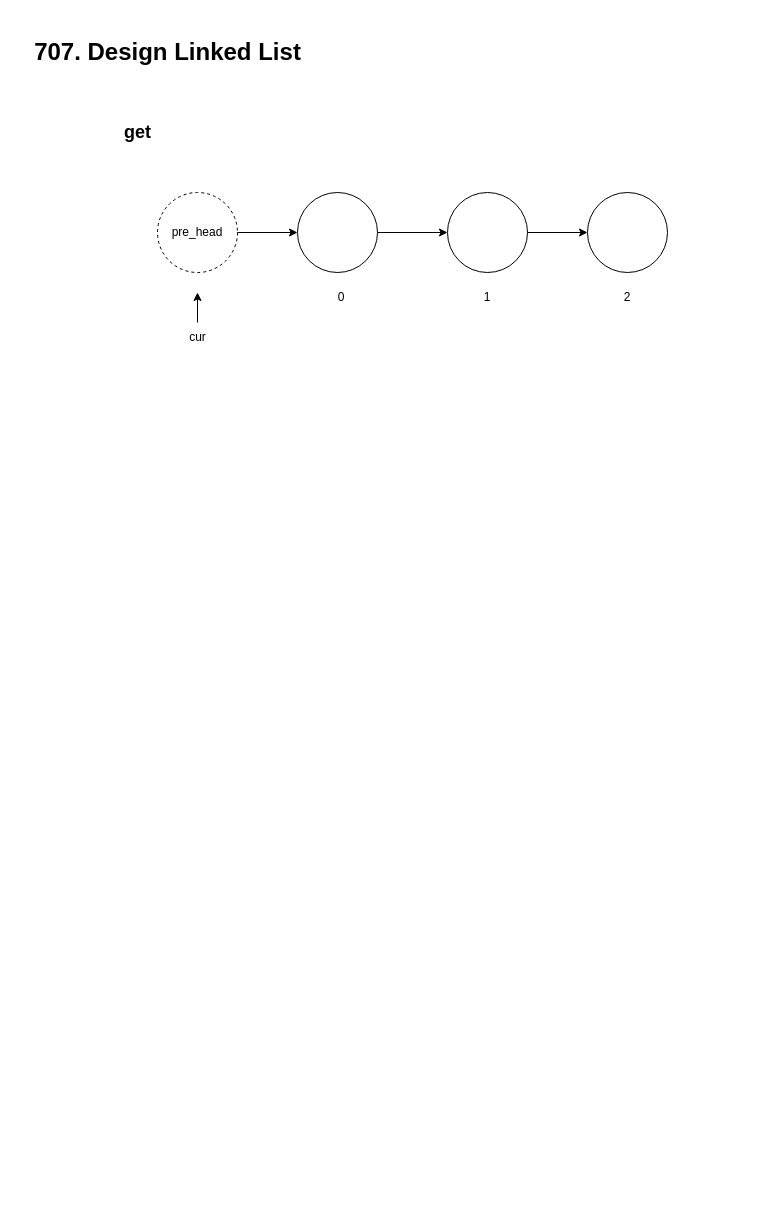
Before: Untitled Diagram.drawio in oLd-Y/drawio-projects, a draw.io diagram. Source tidied: cells renumbered, new cells numbered last; positions are measured from the earlier drawing's top-left corner, leaving out a move shared by most shapes. Both pictures are drawn from the tidied source at 100%, with x=0, y=0 at pixel (22, 17).
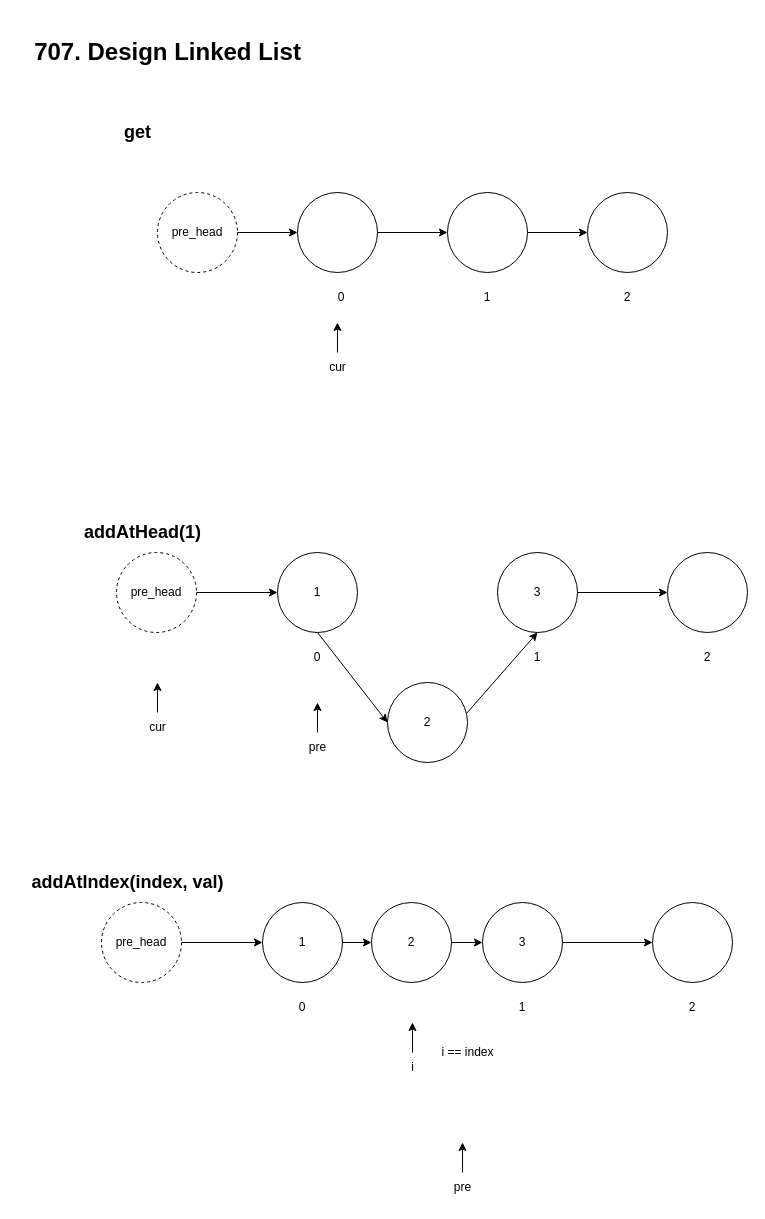
The same diagram, later.

Commit message:
707.Design Linked List 不完整图

Diff of the diagram source:
```diff
@@
     <mxCell id="4" style="group;" parent="1" vertex="1">
-      <mxGeometry x="155" y="275" width="40" height="60" as="geometry" />
+      <mxGeometry x="295" y="305" width="40" height="60" as="geometry" />
     </mxCell>
@@
+    <mxCell id="19" value="&lt;h2&gt;addAtHead(1)&lt;/h2&gt;" style="text;html=1;align=center;verticalAlign=middle;strokeColor=none;fillColor=none;" parent="1" vertex="1">
+      <mxGeometry x="50" y="485" width="140" height="60" as="geometry" />
+    </mxCell>
+    <mxCell id="20" style="group;" parent="1" vertex="1">
+      <mxGeometry x="115" y="665" width="40" height="60" as="geometry" />
+    </mxCell>
+    <mxCell id="21" style="endArrow=classic;html=1;rounded=0;" parent="20" edge="1">
+      <mxGeometry relative="1" as="geometry">
+        <mxPoint x="20" y="30" as="sourcePoint" />
+        <mxPoint x="20" as="targetPoint" />
+      </mxGeometry>
+    </mxCell>
+    <mxCell id="22" value="cur" style="text;html=1;align=center;verticalAlign=middle;strokeColor=none;fillColor=none;" parent="20" vertex="1">
+      <mxGeometry y="30" width="40" height="30" as="geometry" />
+    </mxCell>
+    <mxCell id="23" style="edgeStyle=none;rounded=0;jettySize=auto;html=1;entryX=0;entryY=0.5;entryDx=0;entryDy=0;exitX=0.5;exitY=1;exitDx=0;exitDy=0;" parent="1" edge="1" source="37" target="28">
+      <mxGeometry relative="1" as="geometry" />
+    </mxCell>
+    <mxCell id="24" style="edgeStyle=none;rounded=0;jettySize=auto;html=1;entryX=0;entryY=0.5;entryDx=0;entryDy=0;" parent="1" edge="1" source="25" target="37">
+      <mxGeometry relative="1" as="geometry" />
+    </mxCell>
+    <mxCell id="25" value="pre_head" style="ellipse;whiteSpace=wrap;html=1;dashed=1;" parent="1" vertex="1">
+      <mxGeometry x="94" y="535" width="80" height="80" as="geometry" />
+    </mxCell>
+    <mxCell id="26" style="edgeStyle=none;rounded=0;jettySize=auto;html=1;" parent="1" edge="1" source="32" target="34">
+      <mxGeometry relative="1" as="geometry" />
+    </mxCell>
+    <mxCell id="27" style="edgeStyle=none;rounded=0;jettySize=auto;html=1;entryX=0.5;entryY=1;entryDx=0;entryDy=0;exitX=0.985;exitY=0.39;exitDx=0;exitDy=0;exitPerimeter=0;" parent="1" edge="1" source="28" target="32">
+      <mxGeometry relative="1" as="geometry" />
+    </mxCell>
+    <mxCell id="28" value="2" style="ellipse;whiteSpace=wrap;html=1;" parent="1" vertex="1">
+      <mxGeometry x="365" y="665" width="80" height="80" as="geometry" />
+    </mxCell>
+    <mxCell id="29" style="edgeStyle=none;rounded=0;orthogonalLoop=1;jettySize=auto;html=1;exitX=0;exitY=0;exitDx=0;exitDy=0;" parent="1" edge="1" source="28" target="28">
+      <mxGeometry relative="1" as="geometry" />
+    </mxCell>
+    <mxCell id="30" style="group;" parent="1" vertex="1">
+      <mxGeometry x="475" y="535" width="80" height="120" as="geometry" />
+    </mxCell>
+    <mxCell id="31" value="1" style="text;html=1;strokeColor=none;fillColor=none;align=center;verticalAlign=middle;whiteSpace=wrap;rounded=0;" parent="30" vertex="1">
+      <mxGeometry x="10" y="90" width="60" height="30" as="geometry" />
+    </mxCell>
+    <mxCell id="32" value="3" style="ellipse;whiteSpace=wrap;html=1;" parent="30" vertex="1">
+      <mxGeometry width="80" height="80" as="geometry" />
+    </mxCell>
+    <mxCell id="33" value="2" style="text;html=1;strokeColor=none;fillColor=none;align=center;verticalAlign=middle;whiteSpace=wrap;rounded=0;" parent="1" vertex="1">
+      <mxGeometry x="655" y="625" width="60" height="30" as="geometry" />
+    </mxCell>
+    <mxCell id="34" style="ellipse;whiteSpace=wrap;html=1;" parent="1" vertex="1">
+      <mxGeometry x="645" y="535" width="80" height="80" as="geometry" />
+    </mxCell>
+    <mxCell id="35" style="group;" parent="1" vertex="1">
+      <mxGeometry x="255" y="535" width="80" height="120" as="geometry" />
+    </mxCell>
+    <mxCell id="36" value="0" style="text;html=1;strokeColor=none;fillColor=none;align=center;verticalAlign=middle;whiteSpace=wrap;rounded=0;" parent="35" vertex="1">
+      <mxGeometry x="10" y="90" width="60" height="30" as="geometry" />
+    </mxCell>
+    <mxCell id="37" value="1" style="ellipse;whiteSpace=wrap;html=1;" parent="35" vertex="1">
+      <mxGeometry width="80" height="80" as="geometry" />
+    </mxCell>
+    <mxCell id="38" style="group;" parent="1" vertex="1">
+      <mxGeometry x="275" y="685" width="40" height="60" as="geometry" />
+    </mxCell>
+    <mxCell id="39" style="endArrow=classic;html=1;rounded=0;" parent="38" edge="1">
+      <mxGeometry relative="1" as="geometry">
+        <mxPoint x="20" y="30" as="sourcePoint" />
+        <mxPoint x="20" as="targetPoint" />
+      </mxGeometry>
+    </mxCell>
+    <mxCell id="40" value="pre" style="text;html=1;align=center;verticalAlign=middle;strokeColor=none;fillColor=none;" parent="38" vertex="1">
+      <mxGeometry y="30" width="40" height="30" as="geometry" />
+    </mxCell>
+    <mxCell id="41" value="&lt;h2&gt;addAtIndex(index, val)&lt;/h2&gt;" style="text;html=1;align=center;verticalAlign=middle;strokeColor=none;fillColor=none;" parent="1" vertex="1">
+      <mxGeometry x="-5" y="835" width="220" height="60" as="geometry" />
+    </mxCell>
+    <mxCell id="42" style="group;" parent="1" vertex="1">
+      <mxGeometry x="370" y="1005" width="40" height="60" as="geometry" />
+    </mxCell>
+    <mxCell id="43" style="endArrow=classic;html=1;rounded=0;" parent="42" edge="1">
+      <mxGeometry relative="1" as="geometry">
+        <mxPoint x="20" y="30" as="sourcePoint" />
+        <mxPoint x="20" as="targetPoint" />
+      </mxGeometry>
+    </mxCell>
+    <mxCell id="44" value="i" style="text;html=1;align=center;verticalAlign=middle;strokeColor=none;fillColor=none;" parent="42" vertex="1">
+      <mxGeometry x="5" y="30" width="30" height="30" as="geometry" />
+    </mxCell>
+    <mxCell id="45" style="edgeStyle=none;rounded=0;jettySize=auto;html=1;entryX=0;entryY=0.5;entryDx=0;entryDy=0;" parent="1" edge="1" source="46" target="58">
+      <mxGeometry relative="1" as="geometry" />
+    </mxCell>
+    <mxCell id="46" value="pre_head" style="ellipse;whiteSpace=wrap;html=1;dashed=1;" parent="1" vertex="1">
+      <mxGeometry x="79" y="885" width="80" height="80" as="geometry" />
+    </mxCell>
+    <mxCell id="47" style="edgeStyle=none;rounded=0;jettySize=auto;html=1;" parent="1" edge="1" source="53" target="55">
+      <mxGeometry relative="1" as="geometry" />
+    </mxCell>
+    <mxCell id="48" style="edgeStyle=none;rounded=0;jettySize=auto;html=1;exitX=1;exitY=0.5;exitDx=0;exitDy=0;entryX=0;entryY=0.5;entryDx=0;entryDy=0;" parent="1" edge="1" source="49" target="53">
+      <mxGeometry relative="1" as="geometry" />
+    </mxCell>
+    <mxCell id="49" value="2" style="ellipse;whiteSpace=wrap;html=1;" parent="1" vertex="1">
+      <mxGeometry x="349" y="885" width="80" height="80" as="geometry" />
+    </mxCell>
+    <mxCell id="50" style="edgeStyle=none;rounded=0;orthogonalLoop=1;jettySize=auto;html=1;exitX=0;exitY=0;exitDx=0;exitDy=0;" parent="1" edge="1" source="49" target="49">
+      <mxGeometry relative="1" as="geometry" />
+    </mxCell>
+    <mxCell id="51" style="group;" parent="1" vertex="1">
+      <mxGeometry x="460" y="885" width="80" height="120" as="geometry" />
+    </mxCell>
+    <mxCell id="52" value="1" style="text;html=1;strokeColor=none;fillColor=none;align=center;verticalAlign=middle;whiteSpace=wrap;rounded=0;" parent="51" vertex="1">
+      <mxGeometry x="10" y="90" width="60" height="30" as="geometry" />
+    </mxCell>
+    <mxCell id="53" value="3" style="ellipse;whiteSpace=wrap;html=1;" parent="51" vertex="1">
+      <mxGeometry width="80" height="80" as="geometry" />
+    </mxCell>
+    <mxCell id="54" value="2" style="text;html=1;strokeColor=none;fillColor=none;align=center;verticalAlign=middle;whiteSpace=wrap;rounded=0;" parent="1" vertex="1">
+      <mxGeometry x="640" y="975" width="60" height="30" as="geometry" />
+    </mxCell>
+    <mxCell id="55" style="ellipse;whiteSpace=wrap;html=1;" parent="1" vertex="1">
+      <mxGeometry x="630" y="885" width="80" height="80" as="geometry" />
+    </mxCell>
+    <mxCell id="56" style="group;" parent="1" vertex="1">
+      <mxGeometry x="240" y="885" width="80" height="120" as="geometry" />
+    </mxCell>
+    <mxCell id="57" value="0" style="text;html=1;strokeColor=none;fillColor=none;align=center;verticalAlign=middle;whiteSpace=wrap;rounded=0;" parent="56" vertex="1">
+      <mxGeometry x="10" y="90" width="60" height="30" as="geometry" />
+    </mxCell>
+    <mxCell id="58" value="1" style="ellipse;whiteSpace=wrap;html=1;" parent="56" vertex="1">
+      <mxGeometry width="80" height="80" as="geometry" />
+    </mxCell>
+    <mxCell id="59" style="group;" parent="1" vertex="1">
+      <mxGeometry x="420" y="1125" width="40" height="60" as="geometry" />
+    </mxCell>
+    <mxCell id="60" style="endArrow=classic;html=1;rounded=0;" parent="59" edge="1">
+      <mxGeometry relative="1" as="geometry">
+        <mxPoint x="20" y="30" as="sourcePoint" />
+        <mxPoint x="20" as="targetPoint" />
+      </mxGeometry>
+    </mxCell>
+    <mxCell id="61" value="pre" style="text;html=1;align=center;verticalAlign=middle;strokeColor=none;fillColor=none;" parent="59" vertex="1">
+      <mxGeometry y="30" width="40" height="30" as="geometry" />
+    </mxCell>
+    <mxCell id="62" style="edgeStyle=none;rounded=0;jettySize=auto;html=1;exitX=1;exitY=0.5;exitDx=0;exitDy=0;" parent="1" edge="1" source="58" target="49">
+      <mxGeometry relative="1" as="geometry" />
+    </mxCell>
+    <mxCell id="63" value="i == index" style="text;html=1;align=center;verticalAlign=middle;strokeColor=none;fillColor=none;" parent="1" vertex="1">
+      <mxGeometry x="405" y="1020" width="80" height="30" as="geometry" />
+    </mxCell>
```
